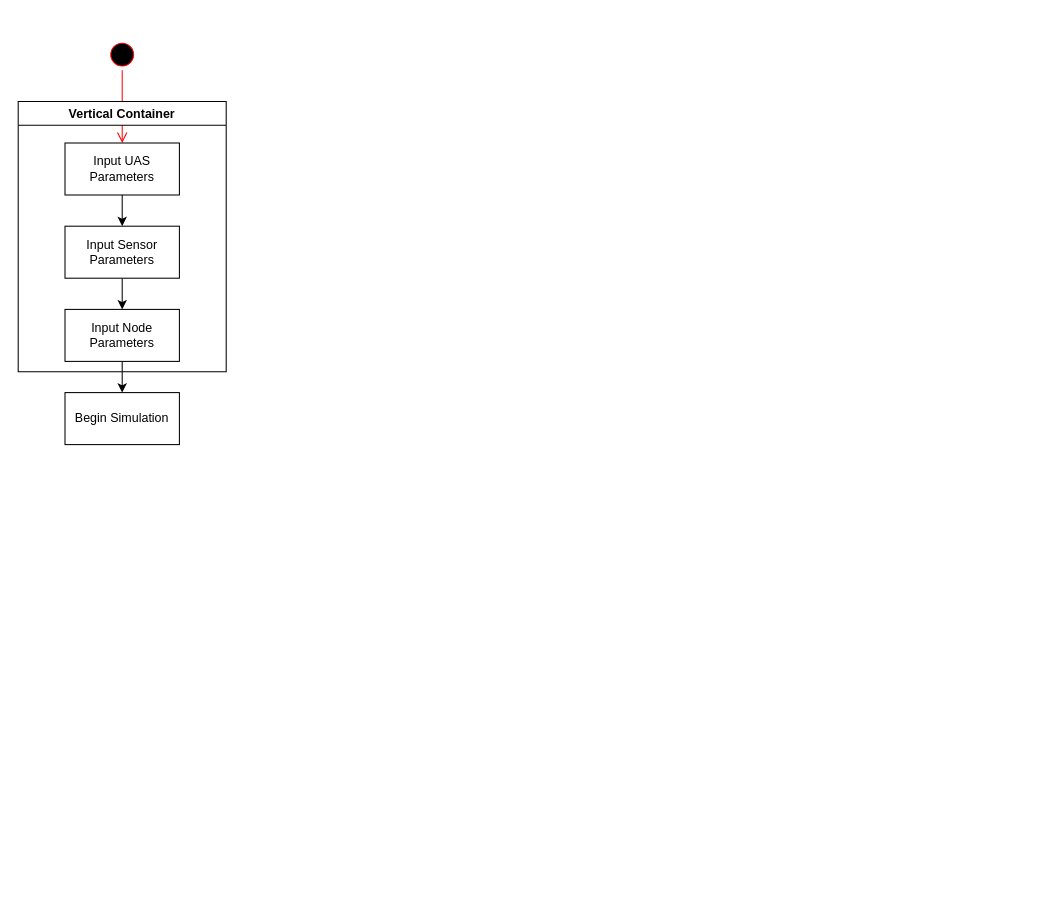
This is ActivityDiagram.drawio from ConnorDariusM/UMLpractice, a draw.io file, before an edit. Source tidied: cells renumbered, new cells numbered last; positions are measured from the earlier drawing's top-left corner, leaving out a move shared by most shapes. Both pictures are drawn from the tidied source at 104%, with x=0, y=0 at pixel (18, 38).
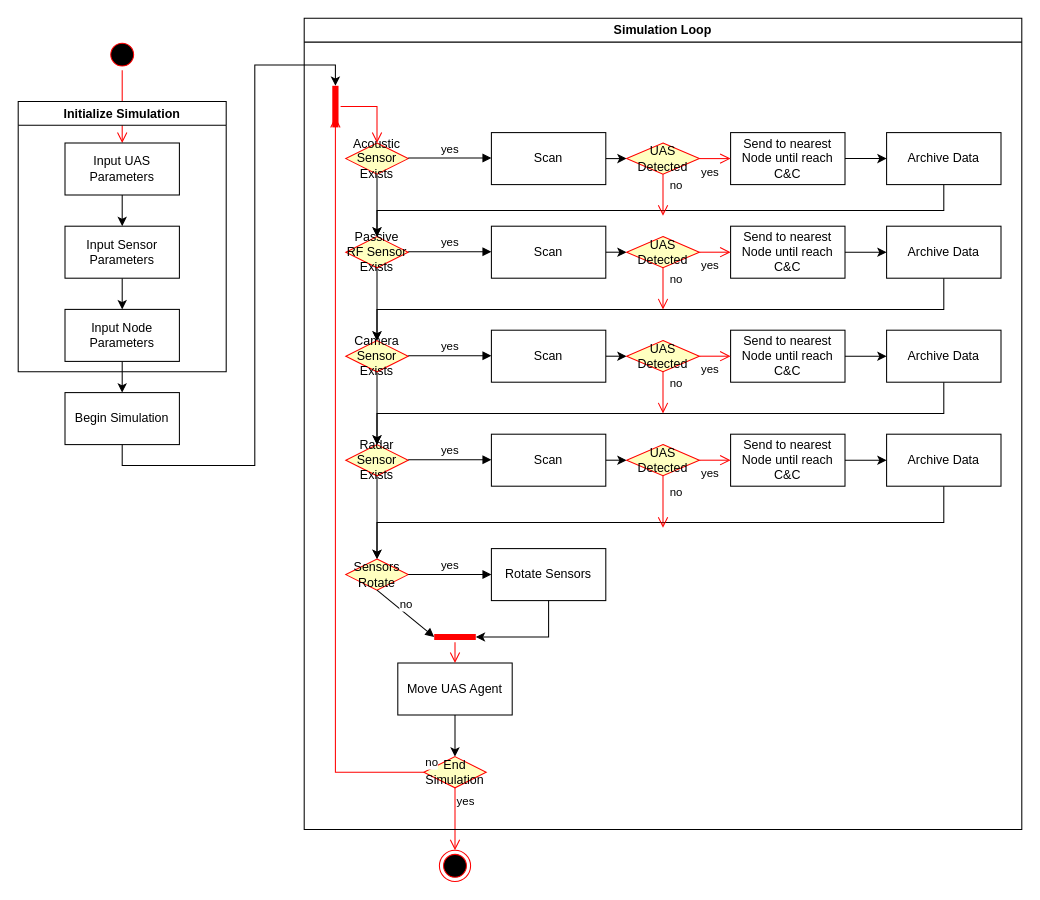
The same diagram, later.

Unchanged cells that the change refers to:
```xml
<mxCell id="10" value="Begin Simulation" style="html=1;whiteSpace=wrap;" parent="1" vertex="1">
  <mxGeometry x="45" y="340" width="110" height="50" as="geometry" />
</mxCell>
```

What changed in the source:
```diff
@@
+    <mxCell id="12" style="edgeStyle=orthogonalEdgeStyle;rounded=0;jettySize=auto;html=1;exitX=0.5;exitY=1;exitDx=0;exitDy=0;entryX=1;entryY=0.5;entryDx=0;entryDy=0;entryPerimeter=0;" parent="1" edge="1" source="10" target="13">
+      <mxGeometry relative="1" as="geometry" />
+    </mxCell>
@@
-    <mxCell id="11" value="Vertical Container" style="swimlane;whiteSpace=wrap;html=1;" parent="1" vertex="1">
+    <mxCell id="11" value="Initialize Simulation" style="swimlane;whiteSpace=wrap;html=1;" parent="1" vertex="1">
       <mxGeometry y="60" width="200" height="260" as="geometry" />
     </mxCell>
+    <mxCell id="13" style="shape=line;html=1;strokeWidth=6;strokeColor=#ff0000;rotation=-90;" parent="1" vertex="1">
+      <mxGeometry x="285" y="60" width="40" height="10" as="geometry" />
+    </mxCell>
+    <mxCell id="14" style="edgeStyle=orthogonalEdgeStyle;html=1;verticalAlign=bottom;endArrow=open;endSize=8;strokeColor=#ff0000;rounded=0;" parent="1" edge="1" source="13" target="16">
+      <mxGeometry relative="1" as="geometry" />
+    </mxCell>
+    <mxCell id="15" style="edgeStyle=orthogonalEdgeStyle;rounded=0;jettySize=auto;html=1;exitX=0.5;exitY=1;exitDx=0;exitDy=0;entryX=0.5;entryY=0;entryDx=0;entryDy=0;" parent="1" edge="1" source="16" target="18">
+      <mxGeometry relative="1" as="geometry" />
+    </mxCell>
+    <mxCell id="16" value="Acoustic Sensor Exists" style="rhombus;whiteSpace=wrap;html=1;fontColor=#000000;fillColor=#ffffc0;strokeColor=#ff0000;align=center;" parent="1" vertex="1">
+      <mxGeometry x="315" y="100" width="60" height="30" as="geometry" />
+    </mxCell>
+    <mxCell id="17" style="edgeStyle=orthogonalEdgeStyle;rounded=0;jettySize=auto;html=1;exitX=0.5;exitY=1;exitDx=0;exitDy=0;entryX=0.5;entryY=0;entryDx=0;entryDy=0;" parent="1" edge="1" source="18" target="20">
+      <mxGeometry relative="1" as="geometry" />
+    </mxCell>
+    <mxCell id="18" value="Passive RF Sensor Exists" style="rhombus;whiteSpace=wrap;html=1;fontColor=#000000;fillColor=#ffffc0;strokeColor=#ff0000;align=center;" parent="1" vertex="1">
+      <mxGeometry x="315" y="190" width="60" height="30" as="geometry" />
+    </mxCell>
+    <mxCell id="19" style="edgeStyle=orthogonalEdgeStyle;rounded=0;jettySize=auto;html=1;exitX=0.5;exitY=1;exitDx=0;exitDy=0;entryX=0.5;entryY=0;entryDx=0;entryDy=0;" parent="1" edge="1" source="20" target="22">
+      <mxGeometry relative="1" as="geometry" />
+    </mxCell>
+    <mxCell id="20" value="Camera Sensor Exists" style="rhombus;whiteSpace=wrap;html=1;fontColor=#000000;fillColor=#ffffc0;strokeColor=#ff0000;align=center;" parent="1" vertex="1">
+      <mxGeometry x="315" y="290" width="60" height="30" as="geometry" />
+    </mxCell>
+    <mxCell id="21" style="edgeStyle=orthogonalEdgeStyle;rounded=0;jettySize=auto;html=1;exitX=0.5;exitY=1;exitDx=0;exitDy=0;entryX=0.5;entryY=0;entryDx=0;entryDy=0;" parent="1" edge="1" source="22" target="23">
+      <mxGeometry relative="1" as="geometry" />
+    </mxCell>
+    <mxCell id="22" value="Radar Sensor Exists" style="rhombus;whiteSpace=wrap;html=1;fontColor=#000000;fillColor=#ffffc0;strokeColor=#ff0000;align=center;" parent="1" vertex="1">
+      <mxGeometry x="315" y="390" width="60" height="30" as="geometry" />
+    </mxCell>
+    <mxCell id="23" value="Sensors Rotate" style="rhombus;whiteSpace=wrap;html=1;fontColor=#000000;fillColor=#ffffc0;strokeColor=#ff0000;align=center;" parent="1" vertex="1">
+      <mxGeometry x="315" y="500" width="60" height="30" as="geometry" />
+    </mxCell>
+    <mxCell id="24" value="Rotate Sensors" style="html=1;whiteSpace=wrap;" parent="1" vertex="1">
+      <mxGeometry x="455" y="490" width="110" height="50" as="geometry" />
+    </mxCell>
+    <mxCell id="25" style="edgeStyle=orthogonalEdgeStyle;rounded=0;jettySize=auto;html=1;exitX=0.5;exitY=1;exitDx=0;exitDy=0;entryX=0.5;entryY=0;entryDx=0;entryDy=0;" parent="1" edge="1" source="26" target="29">
+      <mxGeometry relative="1" as="geometry" />
+    </mxCell>
+    <mxCell id="26" value="Move UAS Agent" style="html=1;whiteSpace=wrap;" parent="1" vertex="1">
+      <mxGeometry x="365" y="600" width="110" height="50" as="geometry" />
+    </mxCell>
+    <mxCell id="27" style="shape=line;html=1;strokeWidth=6;strokeColor=#ff0000;" parent="1" vertex="1">
+      <mxGeometry x="400" y="570" width="40" height="10" as="geometry" />
+    </mxCell>
+    <mxCell id="28" style="edgeStyle=orthogonalEdgeStyle;html=1;verticalAlign=bottom;endArrow=open;endSize=8;strokeColor=#ff0000;rounded=0;entryX=0.5;entryY=0;entryDx=0;entryDy=0;" parent="1" edge="1" source="27" target="26">
+      <mxGeometry relative="1" as="geometry" />
+    </mxCell>
+    <mxCell id="29" value="End Simulation" style="rhombus;whiteSpace=wrap;html=1;fontColor=#000000;fillColor=#ffffc0;strokeColor=#ff0000;" parent="1" vertex="1">
+      <mxGeometry x="390" y="690" width="60" height="30" as="geometry" />
+    </mxCell>
+    <mxCell id="30" value="no" style="edgeStyle=orthogonalEdgeStyle;html=1;align=left;verticalAlign=bottom;endArrow=open;endSize=8;strokeColor=#ff0000;rounded=0;entryX=0.25;entryY=0.5;entryDx=0;entryDy=0;entryPerimeter=0;" parent="1" edge="1" source="29" target="13">
+      <mxGeometry x="-1" relative="1" as="geometry" />
+    </mxCell>
+    <mxCell id="31" value="yes" style="edgeStyle=orthogonalEdgeStyle;html=1;align=left;verticalAlign=top;endArrow=open;endSize=8;strokeColor=#ff0000;rounded=0;" parent="1" edge="1" source="29">
+      <mxGeometry x="-1" relative="1" as="geometry">
+        <mxPoint x="420" y="780" as="targetPoint" />
+      </mxGeometry>
+    </mxCell>
+    <mxCell id="32" value="no" style="html=1;verticalAlign=bottom;endArrow=block;curved=0;rounded=0;exitX=0.5;exitY=1;exitDx=0;exitDy=0;entryX=0;entryY=0.5;entryDx=0;entryDy=0;entryPerimeter=0;" parent="1" edge="1" source="23" target="27">
+      <mxGeometry relative="1" as="geometry" />
+    </mxCell>
+    <mxCell id="33" value="yes" style="html=1;verticalAlign=bottom;endArrow=block;curved=0;rounded=0;exitX=1;exitY=0.5;exitDx=0;exitDy=0;" parent="1" edge="1" source="23">
+      <mxGeometry relative="1" as="geometry">
+        <mxPoint x="455" y="515" as="targetPoint" />
+      </mxGeometry>
+    </mxCell>
+    <mxCell id="34" style="edgeStyle=orthogonalEdgeStyle;rounded=0;jettySize=auto;html=1;exitX=0.5;exitY=1;exitDx=0;exitDy=0;entryX=1;entryY=0.5;entryDx=0;entryDy=0;entryPerimeter=0;" parent="1" edge="1" source="24" target="27">
+      <mxGeometry relative="1" as="geometry" />
+    </mxCell>
+    <mxCell id="35" value="yes" style="html=1;verticalAlign=bottom;endArrow=block;curved=0;rounded=0;" parent="1" edge="1">
+      <mxGeometry relative="1" as="geometry">
+        <mxPoint x="375" y="114.5" as="sourcePoint" />
+        <mxPoint x="455" y="114.5" as="targetPoint" />
+      </mxGeometry>
+    </mxCell>
+    <mxCell id="36" value="yes" style="html=1;verticalAlign=bottom;endArrow=block;curved=0;rounded=0;" parent="1" edge="1">
+      <mxGeometry relative="1" as="geometry">
+        <mxPoint x="375" y="404.5" as="sourcePoint" />
+        <mxPoint x="455" y="404.5" as="targetPoint" />
+      </mxGeometry>
+    </mxCell>
+    <mxCell id="37" value="yes" style="html=1;verticalAlign=bottom;endArrow=block;curved=0;rounded=0;" parent="1" edge="1">
+      <mxGeometry relative="1" as="geometry">
+        <mxPoint x="375" y="304.5" as="sourcePoint" />
+        <mxPoint x="455" y="304.5" as="targetPoint" />
+      </mxGeometry>
+    </mxCell>
+    <mxCell id="38" value="yes" style="html=1;verticalAlign=bottom;endArrow=block;curved=0;rounded=0;" parent="1" edge="1">
+      <mxGeometry relative="1" as="geometry">
+        <mxPoint x="375" y="204.5" as="sourcePoint" />
+        <mxPoint x="455" y="204.5" as="targetPoint" />
+      </mxGeometry>
+    </mxCell>
+    <mxCell id="39" style="ellipse;html=1;shape=endState;fillColor=#000000;strokeColor=#ff0000;" parent="1" vertex="1">
+      <mxGeometry x="405" y="780" width="30" height="30" as="geometry" />
+    </mxCell>
+    <mxCell id="40" style="edgeStyle=orthogonalEdgeStyle;rounded=0;jettySize=auto;html=1;exitX=1;exitY=0.5;exitDx=0;exitDy=0;entryX=0;entryY=0.5;entryDx=0;entryDy=0;" parent="1" edge="1" source="41" target="46">
+      <mxGeometry relative="1" as="geometry" />
+    </mxCell>
+    <mxCell id="41" value="Scan" style="html=1;whiteSpace=wrap;" parent="1" vertex="1">
+      <mxGeometry x="455" y="90" width="110" height="50" as="geometry" />
+    </mxCell>
+    <mxCell id="42" style="edgeStyle=orthogonalEdgeStyle;rounded=0;jettySize=auto;html=1;exitX=1;exitY=0.5;exitDx=0;exitDy=0;entryX=0;entryY=0.5;entryDx=0;entryDy=0;" parent="1" edge="1" source="43" target="45">
+      <mxGeometry relative="1" as="geometry" />
+    </mxCell>
+    <mxCell id="43" value="Send to nearest Node until reach C&amp;amp;C" style="html=1;whiteSpace=wrap;" parent="1" vertex="1">
+      <mxGeometry x="685" y="90" width="110" height="50" as="geometry" />
+    </mxCell>
+    <mxCell id="44" style="edgeStyle=orthogonalEdgeStyle;rounded=0;jettySize=auto;html=1;exitX=0.5;exitY=1;exitDx=0;exitDy=0;entryX=0.5;entryY=0;entryDx=0;entryDy=0;" parent="1" edge="1" source="45" target="18">
+      <mxGeometry relative="1" as="geometry" />
+    </mxCell>
+    <mxCell id="45" value="Archive Data" style="html=1;whiteSpace=wrap;" parent="1" vertex="1">
+      <mxGeometry x="835" y="90" width="110" height="50" as="geometry" />
+    </mxCell>
+    <mxCell id="46" value="UAS Detected" style="rhombus;whiteSpace=wrap;html=1;fontColor=#000000;fillColor=#ffffc0;strokeColor=#ff0000;" parent="1" vertex="1">
+      <mxGeometry x="585" y="100" width="70" height="30" as="geometry" />
+    </mxCell>
+    <mxCell id="47" value="no" style="edgeStyle=orthogonalEdgeStyle;html=1;align=left;verticalAlign=bottom;endArrow=open;endSize=8;strokeColor=#ff0000;rounded=0;" parent="1" edge="1" source="46">
+      <mxGeometry x="0.02" y="5" relative="1" as="geometry">
+        <mxPoint x="620" y="170" as="targetPoint" />
+        <mxPoint y="-1" as="offset" />
+      </mxGeometry>
+    </mxCell>
+    <mxCell id="48" value="yes" style="edgeStyle=orthogonalEdgeStyle;html=1;align=left;verticalAlign=top;endArrow=open;endSize=8;strokeColor=#ff0000;rounded=0;entryX=0;entryY=0.5;entryDx=0;entryDy=0;" parent="1" edge="1" source="46" target="43">
+      <mxGeometry x="-1" relative="1" as="geometry" />
+    </mxCell>
+    <mxCell id="49" style="edgeStyle=orthogonalEdgeStyle;rounded=0;jettySize=auto;html=1;exitX=1;exitY=0.5;exitDx=0;exitDy=0;entryX=0;entryY=0.5;entryDx=0;entryDy=0;" parent="1" edge="1" source="50" target="55">
+      <mxGeometry relative="1" as="geometry" />
+    </mxCell>
+    <mxCell id="50" value="Scan" style="html=1;whiteSpace=wrap;" parent="1" vertex="1">
+      <mxGeometry x="455" y="180" width="110" height="50" as="geometry" />
+    </mxCell>
+    <mxCell id="51" style="edgeStyle=orthogonalEdgeStyle;rounded=0;jettySize=auto;html=1;exitX=1;exitY=0.5;exitDx=0;exitDy=0;entryX=0;entryY=0.5;entryDx=0;entryDy=0;" parent="1" edge="1" source="52" target="54">
+      <mxGeometry relative="1" as="geometry" />
+    </mxCell>
+    <mxCell id="52" value="Send to nearest Node until reach C&amp;amp;C" style="html=1;whiteSpace=wrap;" parent="1" vertex="1">
+      <mxGeometry x="685" y="180" width="110" height="50" as="geometry" />
+    </mxCell>
+    <mxCell id="53" style="edgeStyle=orthogonalEdgeStyle;rounded=0;jettySize=auto;html=1;exitX=0.5;exitY=1;exitDx=0;exitDy=0;entryX=0.5;entryY=0;entryDx=0;entryDy=0;" parent="1" edge="1" source="54" target="20">
+      <mxGeometry relative="1" as="geometry" />
+    </mxCell>
+    <mxCell id="54" value="Archive Data" style="html=1;whiteSpace=wrap;" parent="1" vertex="1">
+      <mxGeometry x="835" y="180" width="110" height="50" as="geometry" />
+    </mxCell>
+    <mxCell id="55" value="UAS Detected" style="rhombus;whiteSpace=wrap;html=1;fontColor=#000000;fillColor=#ffffc0;strokeColor=#ff0000;" parent="1" vertex="1">
+      <mxGeometry x="585" y="190" width="70" height="30" as="geometry" />
+    </mxCell>
+    <mxCell id="56" value="no" style="edgeStyle=orthogonalEdgeStyle;html=1;align=left;verticalAlign=bottom;endArrow=open;endSize=8;strokeColor=#ff0000;rounded=0;" parent="1" edge="1" source="55">
+      <mxGeometry x="0.02" y="5" relative="1" as="geometry">
+        <mxPoint x="620" y="260" as="targetPoint" />
+        <mxPoint y="-1" as="offset" />
+      </mxGeometry>
+    </mxCell>
+    <mxCell id="57" value="yes" style="edgeStyle=orthogonalEdgeStyle;html=1;align=left;verticalAlign=top;endArrow=open;endSize=8;strokeColor=#ff0000;rounded=0;entryX=0;entryY=0.5;entryDx=0;entryDy=0;" parent="1" edge="1" source="55" target="52">
+      <mxGeometry x="-1" relative="1" as="geometry" />
+    </mxCell>
+    <mxCell id="58" style="edgeStyle=orthogonalEdgeStyle;rounded=0;jettySize=auto;html=1;exitX=1;exitY=0.5;exitDx=0;exitDy=0;entryX=0;entryY=0.5;entryDx=0;entryDy=0;" parent="1" edge="1" source="59" target="64">
+      <mxGeometry relative="1" as="geometry" />
+    </mxCell>
+    <mxCell id="59" value="Scan" style="html=1;whiteSpace=wrap;" parent="1" vertex="1">
+      <mxGeometry x="455" y="280" width="110" height="50" as="geometry" />
+    </mxCell>
+    <mxCell id="60" style="edgeStyle=orthogonalEdgeStyle;rounded=0;jettySize=auto;html=1;exitX=1;exitY=0.5;exitDx=0;exitDy=0;entryX=0;entryY=0.5;entryDx=0;entryDy=0;" parent="1" edge="1" source="61" target="63">
+      <mxGeometry relative="1" as="geometry" />
+    </mxCell>
+    <mxCell id="61" value="Send to nearest Node until reach C&amp;amp;C" style="html=1;whiteSpace=wrap;" parent="1" vertex="1">
+      <mxGeometry x="685" y="280" width="110" height="50" as="geometry" />
+    </mxCell>
+    <mxCell id="62" style="edgeStyle=orthogonalEdgeStyle;rounded=0;jettySize=auto;html=1;exitX=0.5;exitY=1;exitDx=0;exitDy=0;entryX=0.5;entryY=0;entryDx=0;entryDy=0;" parent="1" edge="1" source="63" target="22">
+      <mxGeometry relative="1" as="geometry" />
+    </mxCell>
+    <mxCell id="63" value="Archive Data" style="html=1;whiteSpace=wrap;" parent="1" vertex="1">
+      <mxGeometry x="835" y="280" width="110" height="50" as="geometry" />
+    </mxCell>
+    <mxCell id="64" value="UAS Detected" style="rhombus;whiteSpace=wrap;html=1;fontColor=#000000;fillColor=#ffffc0;strokeColor=#ff0000;" parent="1" vertex="1">
+      <mxGeometry x="585" y="290" width="70" height="30" as="geometry" />
+    </mxCell>
+    <mxCell id="65" value="no" style="edgeStyle=orthogonalEdgeStyle;html=1;align=left;verticalAlign=bottom;endArrow=open;endSize=8;strokeColor=#ff0000;rounded=0;" parent="1" edge="1" source="64">
+      <mxGeometry x="0.02" y="5" relative="1" as="geometry">
+        <mxPoint x="620" y="360" as="targetPoint" />
+        <mxPoint y="-1" as="offset" />
+      </mxGeometry>
+    </mxCell>
+    <mxCell id="66" value="yes" style="edgeStyle=orthogonalEdgeStyle;html=1;align=left;verticalAlign=top;endArrow=open;endSize=8;strokeColor=#ff0000;rounded=0;entryX=0;entryY=0.5;entryDx=0;entryDy=0;" parent="1" edge="1" source="64" target="61">
+      <mxGeometry x="-1" relative="1" as="geometry" />
+    </mxCell>
+    <mxCell id="67" style="edgeStyle=orthogonalEdgeStyle;rounded=0;jettySize=auto;html=1;exitX=1;exitY=0.5;exitDx=0;exitDy=0;entryX=0;entryY=0.5;entryDx=0;entryDy=0;" parent="1" edge="1" source="68" target="73">
+      <mxGeometry relative="1" as="geometry" />
+    </mxCell>
+    <mxCell id="68" value="Scan" style="html=1;whiteSpace=wrap;" parent="1" vertex="1">
+      <mxGeometry x="455" y="380" width="110" height="50" as="geometry" />
+    </mxCell>
+    <mxCell id="69" style="edgeStyle=orthogonalEdgeStyle;rounded=0;jettySize=auto;html=1;exitX=1;exitY=0.5;exitDx=0;exitDy=0;entryX=0;entryY=0.5;entryDx=0;entryDy=0;" parent="1" edge="1" source="70" target="72">
+      <mxGeometry relative="1" as="geometry" />
+    </mxCell>
+    <mxCell id="70" value="Send to nearest Node until reach C&amp;amp;C" style="html=1;whiteSpace=wrap;" parent="1" vertex="1">
+      <mxGeometry x="685" y="380" width="110" height="50" as="geometry" />
+    </mxCell>
+    <mxCell id="71" style="edgeStyle=orthogonalEdgeStyle;rounded=0;jettySize=auto;html=1;exitX=0.5;exitY=1;exitDx=0;exitDy=0;entryX=0.5;entryY=0;entryDx=0;entryDy=0;" parent="1" edge="1" source="72" target="23">
+      <mxGeometry relative="1" as="geometry" />
+    </mxCell>
+    <mxCell id="72" value="Archive Data" style="html=1;whiteSpace=wrap;" parent="1" vertex="1">
+      <mxGeometry x="835" y="380" width="110" height="50" as="geometry" />
+    </mxCell>
+    <mxCell id="73" value="UAS Detected" style="rhombus;whiteSpace=wrap;html=1;fontColor=#000000;fillColor=#ffffc0;strokeColor=#ff0000;" parent="1" vertex="1">
+      <mxGeometry x="585" y="390" width="70" height="30" as="geometry" />
+    </mxCell>
+    <mxCell id="74" value="no" style="edgeStyle=orthogonalEdgeStyle;html=1;align=left;verticalAlign=bottom;endArrow=open;endSize=8;strokeColor=#ff0000;rounded=0;" parent="1" edge="1" source="73">
+      <mxGeometry x="0.02" y="5" relative="1" as="geometry">
+        <mxPoint x="620" y="470" as="targetPoint" />
+        <mxPoint y="-1" as="offset" />
+      </mxGeometry>
+    </mxCell>
+    <mxCell id="75" value="yes" style="edgeStyle=orthogonalEdgeStyle;html=1;align=left;verticalAlign=top;endArrow=open;endSize=8;strokeColor=#ff0000;rounded=0;entryX=0;entryY=0.5;entryDx=0;entryDy=0;" parent="1" edge="1" source="73" target="70">
+      <mxGeometry x="-1" relative="1" as="geometry" />
+    </mxCell>
+    <mxCell id="76" value="Simulation Loop" style="swimlane;whiteSpace=wrap;html=1;" parent="1" vertex="1">
+      <mxGeometry x="275" y="-20" width="690" height="780" as="geometry" />
+    </mxCell>
```
